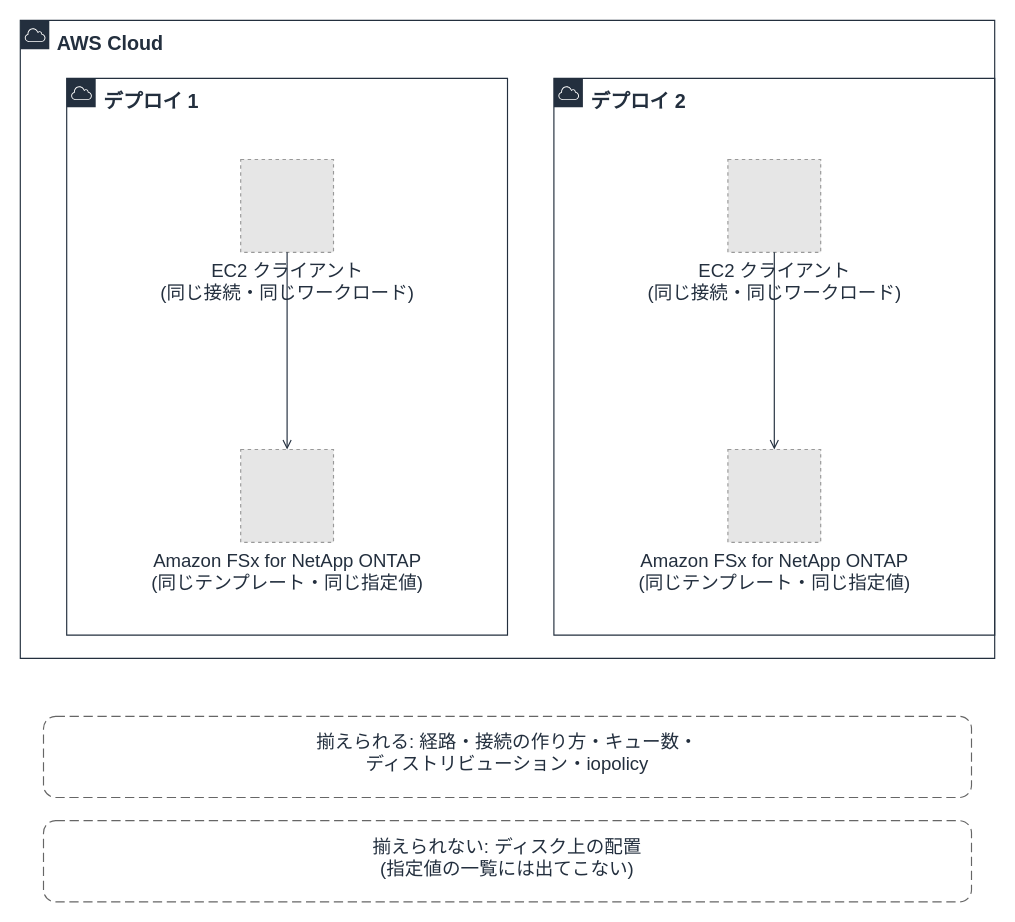
The draw.io diagram docs/_assets/diagrams/s3burst-block-c-layout.drawio in Yoshiki0705/S3-Burst-on-ONTAP-Files, before the edit. Source tidied: cells renumbered, new cells numbered last; positions are measured from the earlier drawing's top-left corner, leaving out a move shared by most shapes. Both pictures are drawn from the tidied source at 116%, with x=0, y=0 at pixel (20, 20). Pictures stored in the file or linked from it are replaced by grey dashed boxes.
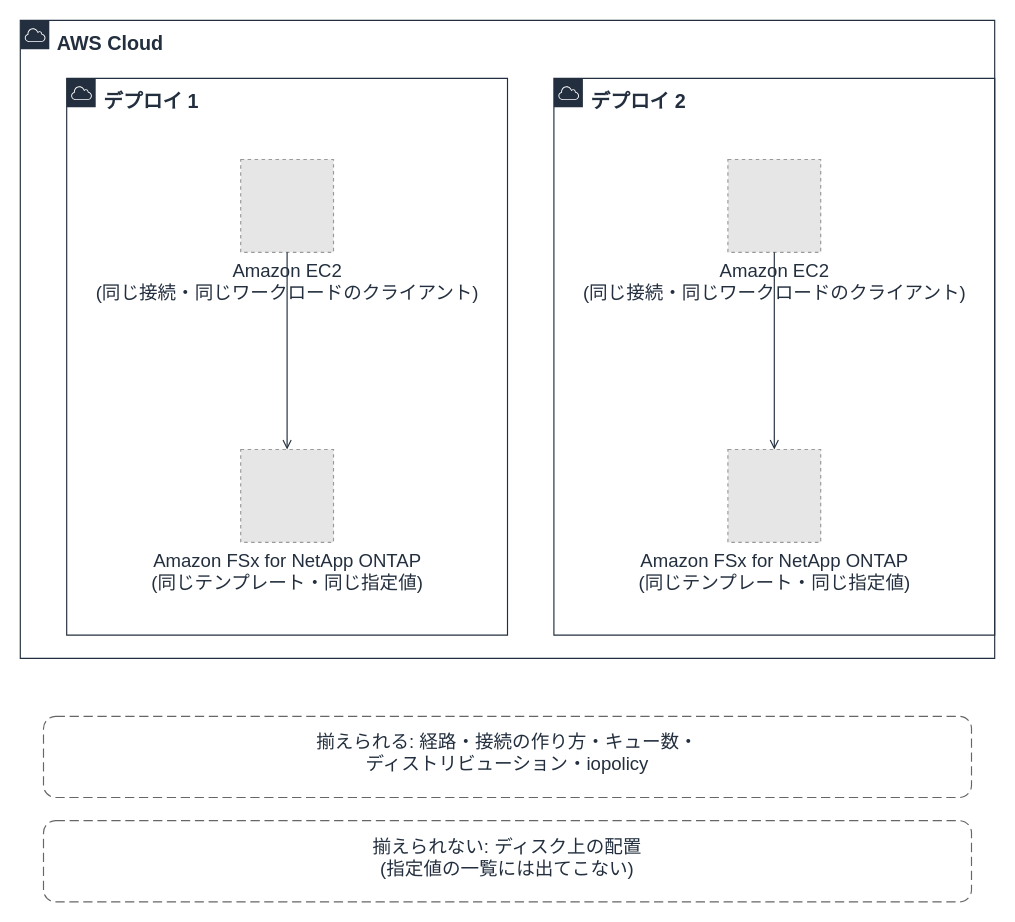
Above is the later version.

Change to the diagram source:
```diff
@@
 <mxGraphModel>
   <root>
     <mxCell id="0" />
     <mxCell id="1" parent="0" />
     <mxCell id="2" value="AWS Cloud" style="gradientColor=none;html=1;whiteSpace=wrap;fontSize=17;fontStyle=1;fontColor=#232F3E;shape=mxgraph.aws4.group;grIcon=mxgraph.aws4.group_aws_cloud;strokeColor=#232F3E;fillColor=none;verticalAlign=top;align=left;spacingLeft=30;spacingTop=4;dashed=0;" parent="1" vertex="1">
       <mxGeometry width="840" height="550" as="geometry" />
     </mxCell>
     <mxCell id="3" value="デプロイ 1" style="gradientColor=none;html=1;whiteSpace=wrap;fontSize=17;fontStyle=1;fontColor=#232F3E;shape=mxgraph.aws4.group;grIcon=mxgraph.aws4.group_aws_cloud;strokeColor=#232F3E;fillColor=none;verticalAlign=top;align=left;spacingLeft=30;spacingTop=4;dashed=0;" parent="1" vertex="1">
       <mxGeometry x="40" y="50" width="380" height="480" as="geometry" />
     </mxCell>
     <mxCell id="4" value="デプロイ 2" style="gradientColor=none;html=1;whiteSpace=wrap;fontSize=17;fontStyle=1;fontColor=#232F3E;shape=mxgraph.aws4.group;grIcon=mxgraph.aws4.group_aws_cloud;strokeColor=#232F3E;fillColor=none;verticalAlign=top;align=left;spacingLeft=30;spacingTop=4;dashed=0;" parent="1" vertex="1">
       <mxGeometry x="460" y="50" width="380" height="480" as="geometry" />
     </mxCell>
     <mxCell id="5" value="揃えられる: 経路・接続の作り方・キュー数・&lt;br&gt;ディストリビューション・iopolicy" style="rounded=1;whiteSpace=wrap;html=1;dashed=1;dashPattern=8 4;strokeColor=#666666;fillColor=none;fontColor=#232F3E;fontSize=16;verticalAlign=top;align=center;spacingTop=6;" parent="1" vertex="1">
       <mxGeometry x="20" y="600" width="800" height="70" as="geometry" />
     </mxCell>
     <mxCell id="6" value="揃えられない: ディスク上の配置&#10;(指定値の一覧には出てこない)" style="rounded=1;whiteSpace=wrap;html=1;dashed=1;dashPattern=8 4;strokeColor=#666666;fillColor=none;fontColor=#232F3E;fontSize=16;verticalAlign=top;align=center;spacingTop=6;" parent="1" vertex="1">
       <mxGeometry x="20" y="690" width="800" height="70" as="geometry" />
     </mxCell>
-    <mxCell id="7" value="EC2 クライアント&#10;(同じ接続・同じワークロード)" style="fillColor=#E6E6E6;strokeColor=#999999;dashed=1;html=1;verticalLabelPosition=bottom;verticalAlign=top;labelPosition=center;align=center;fontSize=16;fontColor=#232F3E;" parent="1" vertex="1">
+    <mxCell id="7" value="Amazon EC2&#10;(同じ接続・同じワークロードのクライアント)" style="fillColor=#E6E6E6;strokeColor=#999999;dashed=1;html=1;verticalLabelPosition=bottom;verticalAlign=top;labelPosition=center;align=center;fontSize=16;fontColor=#232F3E;" parent="1" vertex="1">
       <mxGeometry x="190" y="120" width="80" height="80" as="geometry" />
     </mxCell>
     <mxCell id="8" value="Amazon FSx for NetApp ONTAP&#10;(同じテンプレート・同じ指定値)" style="fillColor=#E6E6E6;strokeColor=#999999;dashed=1;html=1;verticalLabelPosition=bottom;verticalAlign=top;labelPosition=center;align=center;fontSize=16;fontColor=#232F3E;" parent="1" vertex="1">
       <mxGeometry x="190" y="370" width="80" height="80" as="geometry" />
     </mxCell>
-    <mxCell id="9" value="EC2 クライアント&#10;(同じ接続・同じワークロード)" style="fillColor=#E6E6E6;strokeColor=#999999;dashed=1;html=1;verticalLabelPosition=bottom;verticalAlign=top;labelPosition=center;align=center;fontSize=16;fontColor=#232F3E;" parent="1" vertex="1">
+    <mxCell id="9" value="Amazon EC2&#10;(同じ接続・同じワークロードのクライアント)" style="fillColor=#E6E6E6;strokeColor=#999999;dashed=1;html=1;verticalLabelPosition=bottom;verticalAlign=top;labelPosition=center;align=center;fontSize=16;fontColor=#232F3E;" parent="1" vertex="1">
       <mxGeometry x="610" y="120" width="80" height="80" as="geometry" />
     </mxCell>
     <mxCell id="10" value="Amazon FSx for NetApp ONTAP&#10;(同じテンプレート・同じ指定値)" style="fillColor=#E6E6E6;strokeColor=#999999;dashed=1;html=1;verticalLabelPosition=bottom;verticalAlign=top;labelPosition=center;align=center;fontSize=16;fontColor=#232F3E;" parent="1" vertex="1">
       <mxGeometry x="610" y="370" width="80" height="80" as="geometry" />
     </mxCell>
     <mxCell id="11" style="edgeStyle=orthogonalEdgeStyle;rounded=0;html=1;endArrow=open;endFill=0;strokeColor=#232F3E;strokeWidth=1;fontSize=16;fontColor=#232F3E;" parent="1" edge="1" source="7" target="8">
       <mxGeometry relative="1" as="geometry" />
     </mxCell>
     <mxCell id="12" style="edgeStyle=orthogonalEdgeStyle;rounded=0;html=1;endArrow=open;endFill=0;strokeColor=#232F3E;strokeWidth=1;fontSize=16;fontColor=#232F3E;" parent="1" edge="1" source="9" target="10">
       <mxGeometry relative="1" as="geometry" />
     </mxCell>
   </root>
 </mxGraphModel>
```
